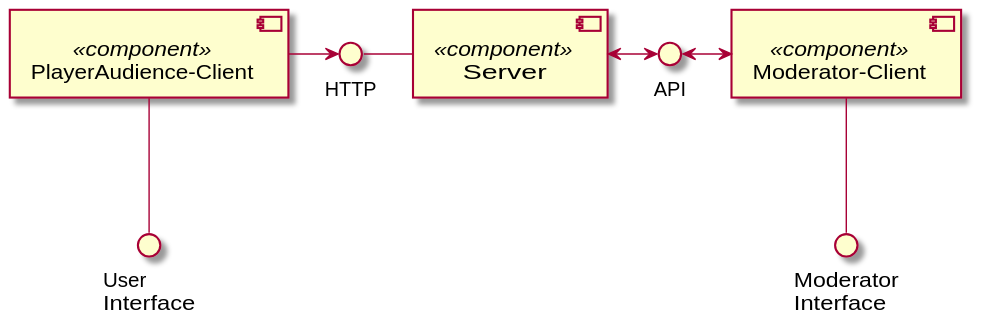
Earlier version of the PlantUML export Docs/Technical Specifications/docs/diagrams/overviewComponents.svg (Brotenko/QualityQuest).
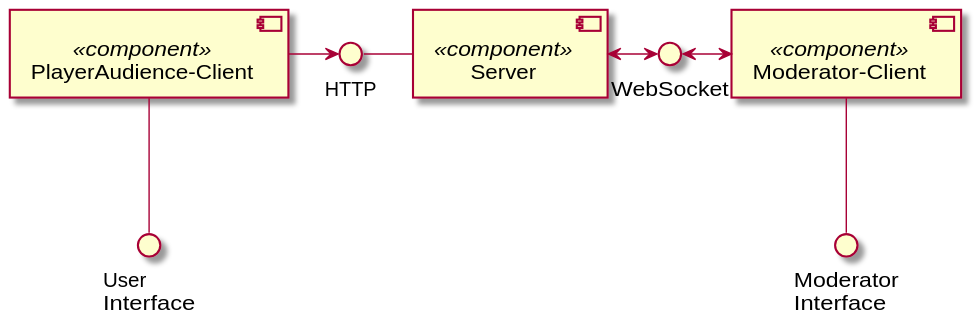
After the commit.

The edit, as a diff of the source:
```diff
@@ -1,6 +1,6 @@
 @startuml
 () "HTTP" as http
-() "API" as api
+() "WebSocket" as api
 () "User\nInterface" as ui
 () "Moderator\nInterface" as mi
 [PlayerAudience-Client] <<component>> as AuCl
```
